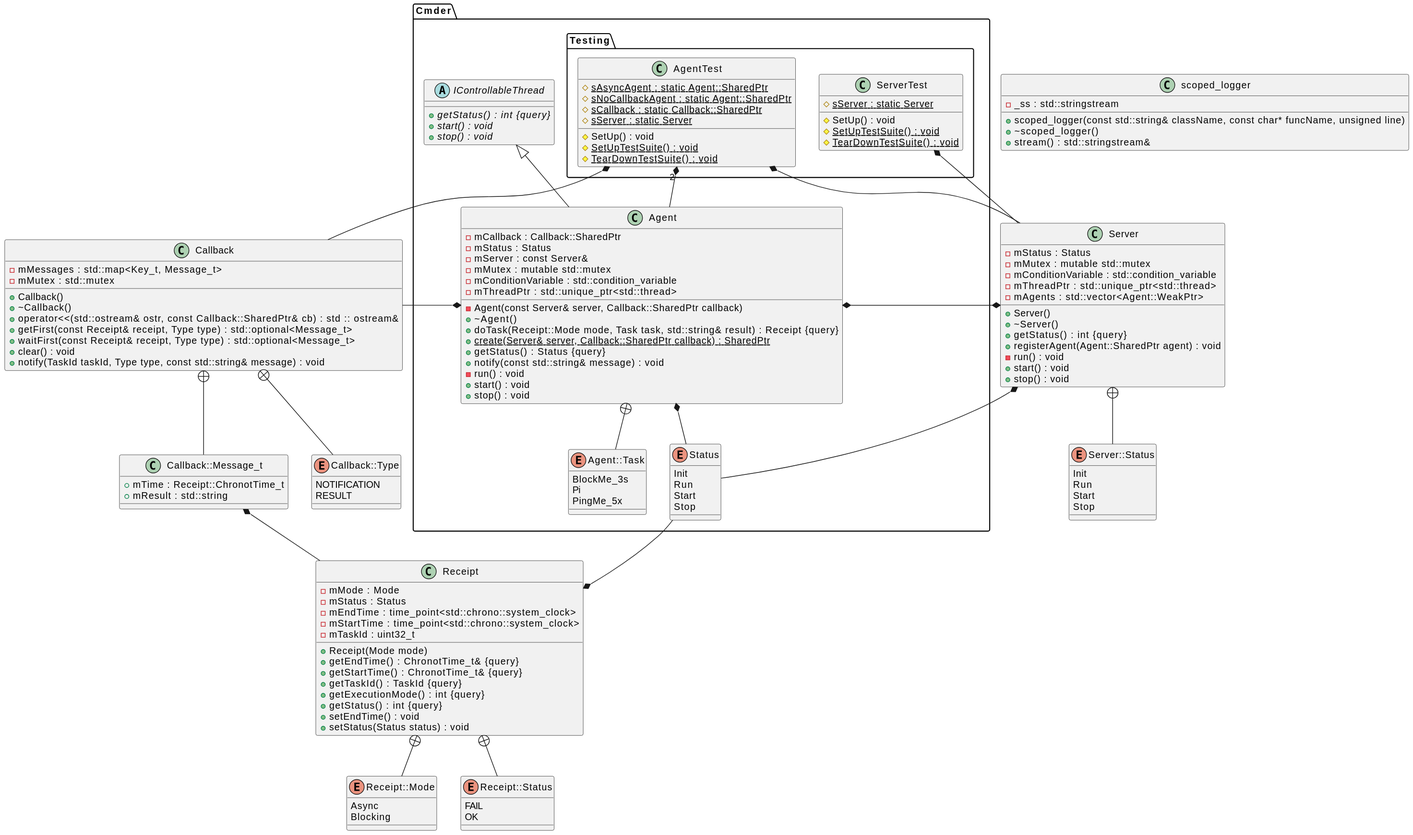
Before: diagrams/classdiagram.svg, a diagram exported from PlantUML (h6wk/Cmder).
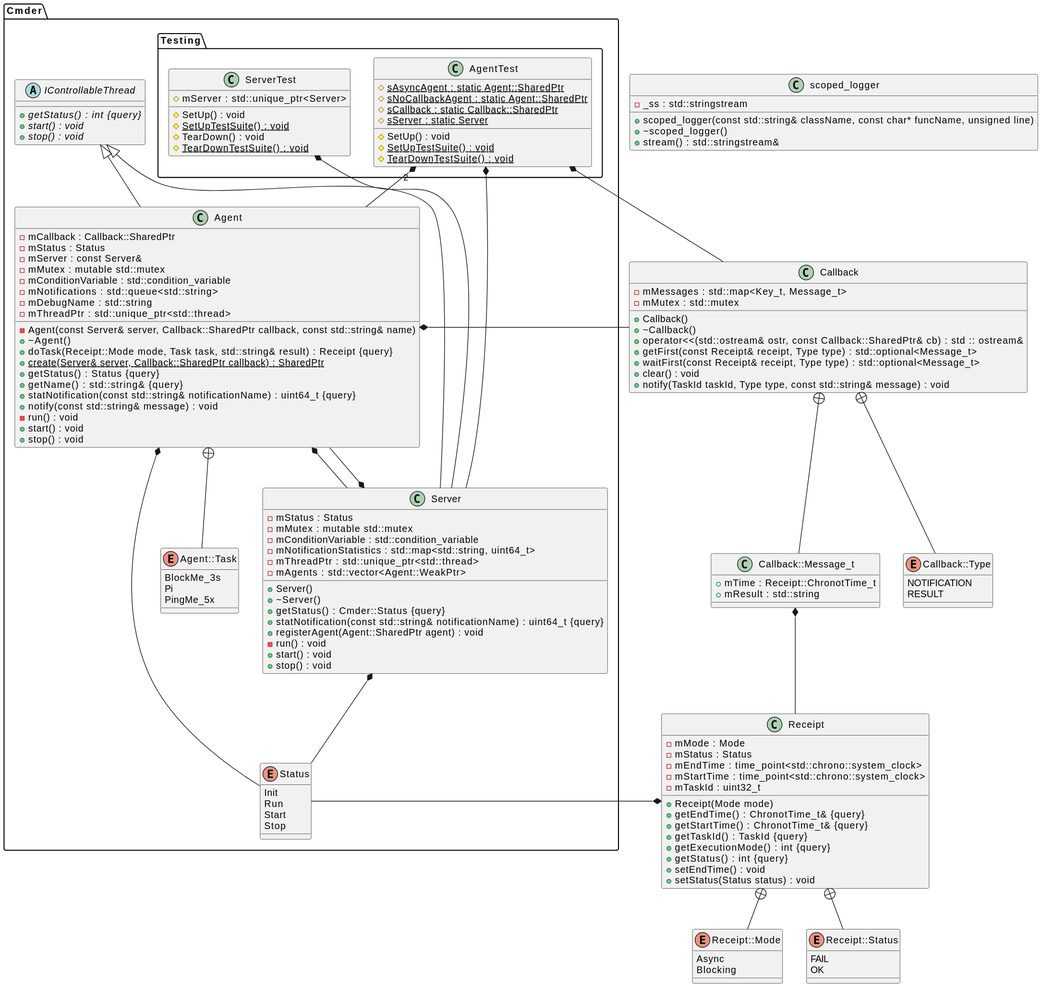
The same file after the commit.

Commit message:
Class diagram update

What changed in the source:
```diff
@@ -35,22 +35,6 @@
 }
 
 
-class Server {
-    +Server()
-    +~Server()
-    -mStatus : Status
-    +getStatus() : int {query}
-    -mMutex : mutable std::mutex
-    -mConditionVariable : std::condition_variable
-    -mThreadPtr : std::unique_ptr<std::thread>
-    -mAgents : std::vector<Agent::WeakPtr>
-    +registerAgent(Agent::SharedPtr agent) : void
-    -run() : void
-    +start() : void
-    +stop() : void
-}
-
-
 enum Callback::Type {
     NOTIFICATION
     RESULT
@@ -66,14 +50,6 @@
 enum Receipt::Status {
     FAIL
     OK
-}
-
-
-enum Server::Status {
-    Init
-    Run
-    Start
-    Stop
 }
 
 
@@ -93,7 +69,7 @@
 
 namespace Cmder {
     class Agent {
-        -Agent(const Server& server, Callback::SharedPtr callback)
+        -Agent(const Server& server, Callback::SharedPtr callback, const std::string& name)
         +~Agent()
         -mCallback : Callback::SharedPtr
         +doTask(Receipt::Mode mode, Task task, std::string& result) : Receipt {query}
@@ -103,7 +79,11 @@
         -mServer : const Server&
         -mMutex : mutable std::mutex
         -mConditionVariable : std::condition_variable
+        -mNotifications : std::queue<std::string>
+        -mDebugName : std::string
+        +getName() : std::string& {query}
         -mThreadPtr : std::unique_ptr<std::thread>
+        +statNotification(const std::string& notificationName) : uint64_t {query}
         +notify(const std::string& message) : void
         -run() : void
         +start() : void
@@ -114,6 +94,23 @@
         +{abstract} getStatus() : int {query}
         +{abstract} start() : void
         +{abstract} stop() : void
+    }
+
+    class Server {
+        +Server()
+        +~Server()
+        +getStatus() : Cmder::Status {query}
+        -mStatus : Status
+        -mMutex : mutable std::mutex
+        -mConditionVariable : std::condition_variable
+        -mNotificationStatistics : std::map<std::string, uint64_t>
+        -mThreadPtr : std::unique_ptr<std::thread>
+        -mAgents : std::vector<Agent::WeakPtr>
+        +statNotification(const std::string& notificationName) : uint64_t {query}
+        +registerAgent(Agent::SharedPtr agent) : void
+        -run() : void
+        +start() : void
+        +stop() : void
     }
 
     enum Agent::Task {
@@ -141,9 +138,10 @@
         }
 
         class ServerTest {
-            #{static} sServer : static Server
+            #mServer : std::unique_ptr<Server>
             #SetUp() : void
             #{static} SetUpTestSuite() : void
+            #TearDown() : void
             #{static} TearDownTestSuite() : void
         }
     }
@@ -157,6 +155,9 @@
 Cmder.IControllableThread <|-- Cmder.Agent
 
 
+Cmder.IControllableThread <|-- Cmder.Server
+
+
 
 
 
@@ -164,7 +165,7 @@
 Cmder.Agent *-- .Callback
 
 
-Cmder.Agent *-- .Server
+Cmder.Agent *-- Cmder.Server
 
 
 Cmder.Agent *-- Cmder.Status
@@ -176,7 +177,7 @@
 Cmder.Testing.AgentTest *-- .Callback
 
 
-Cmder.Testing.AgentTest *-- .Server
+Cmder.Testing.AgentTest *-- Cmder.Server
 
 
 .Callback::Message_t *-- .Receipt
@@ -185,13 +186,13 @@
 .Receipt *-- Cmder.Status
 
 
-.Server *-- Cmder.Agent
+Cmder.Server *-- Cmder.Agent
 
 
-.Server *-- Cmder.Status
+Cmder.Server *-- Cmder.Status
 
 
-Cmder.Testing.ServerTest *-- .Server
+Cmder.Testing.ServerTest *-- Cmder.Server
 
 
 
@@ -214,9 +215,6 @@
 .Receipt +-- .Receipt::Status
 
 
-.Server +-- .Server::Status
-
-
 
 
 @enduml
```
